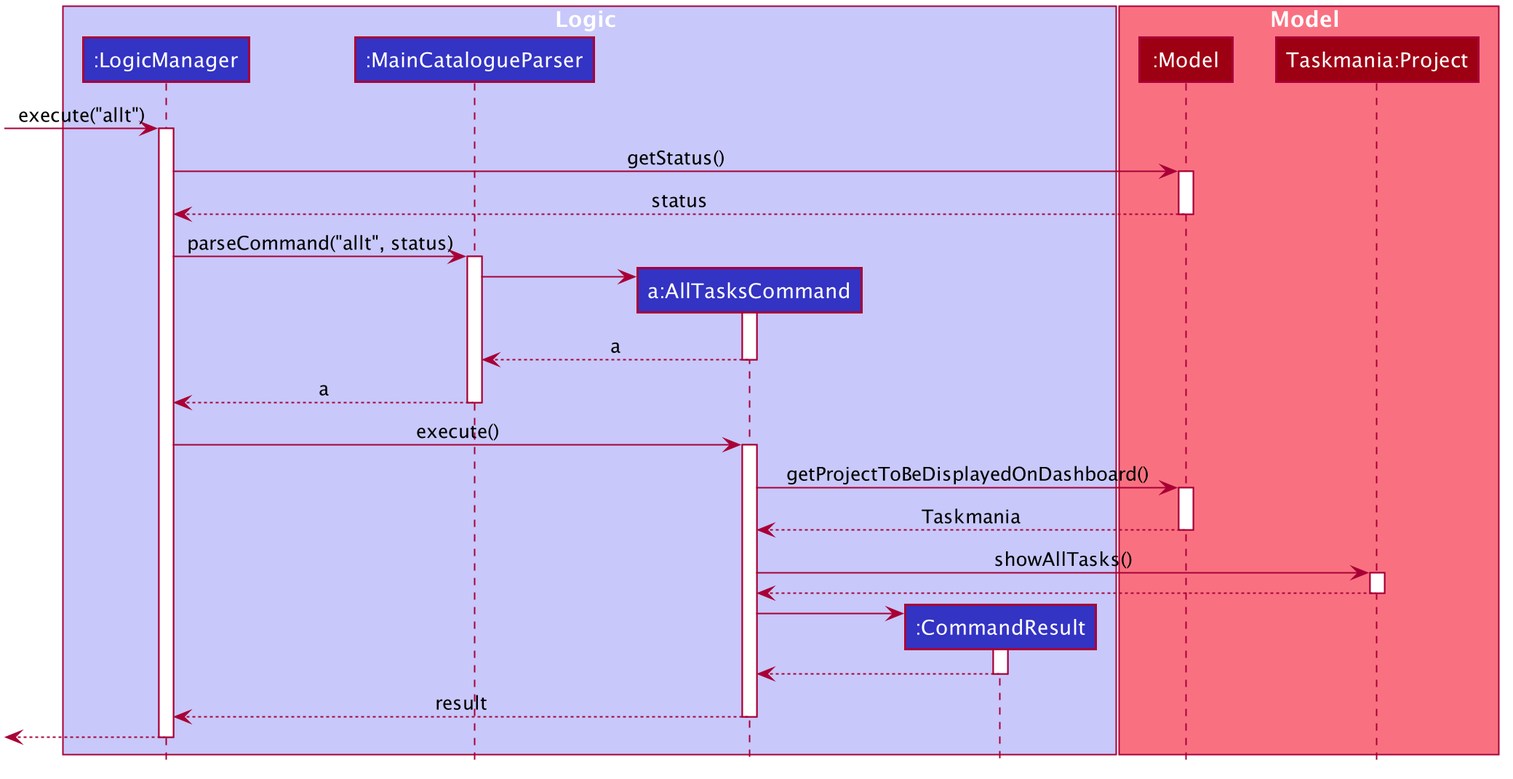
The PlantUML diagram docs/images/AllTasksSequenceDiagram.png in nus-cs2103-AY2021S1/tp, before a commit.
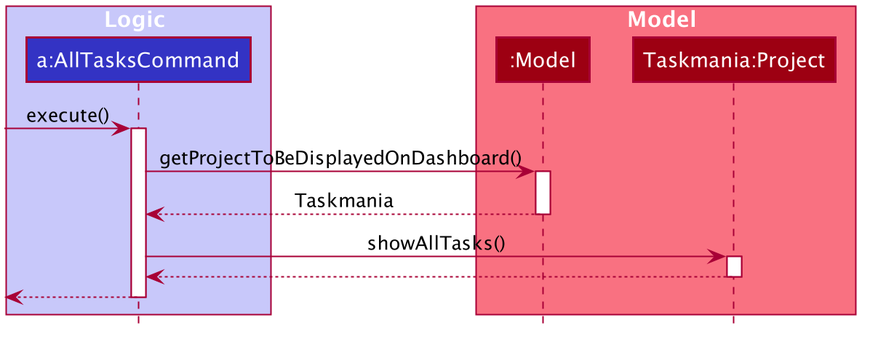
After the change.

Commit message:
Update sequence diagram of filtering feature in DG

What changed in the source:
```diff
@@ -49,10 +49,7 @@
 hide circle
 
 box Logic #C8C8FA
-participant ":LogicManager" as LogicManager #3333C4
-participant ":MainCatalogueParser" as MainCatalogueParser #3333C4
 participant "a:AllTasksCommand" as AllTasksCommand #3333C4
-participant ":CommandResult" as CommandResult #3333C4
 end box
 
 box Model #F97181
@@ -60,29 +57,7 @@
 participant "Taskmania:Project" as Project #9D0012
 end box
 
-[-> LogicManager : execute("allt")
-activate LogicManager
-
-LogicManager -> Model: getStatus()
-activate Model
-
-Model --> LogicManager: status
-deactivate Model
-
-LogicManager -> MainCatalogueParser : parseCommand("allt", status)
-activate MainCatalogueParser
-
-create AllTasksCommand
-MainCatalogueParser -> AllTasksCommand
-activate AllTasksCommand
-
-AllTasksCommand --> MainCatalogueParser : a
-deactivate AllTasksCommand
-
-MainCatalogueParser --> LogicManager : a
-deactivate MainCatalogueParser
-
-LogicManager -> AllTasksCommand : execute()
+[-> AllTasksCommand : execute()
 activate AllTasksCommand
 
 AllTasksCommand -> Model : getProjectToBeDisplayedOnDashboard()
@@ -97,16 +72,6 @@
 Project --> AllTasksCommand :
 deactivate Project
 
-create CommandResult
-AllTasksCommand -> CommandResult
-activate CommandResult
-
-CommandResult --> AllTasksCommand
-deactivate CommandResult
-
-AllTasksCommand --> LogicManager : result
+[<--AllTasksCommand
 deactivate AllTasksCommand
-
-[<--LogicManager
-deactivate LogicManager
 @enduml
```
